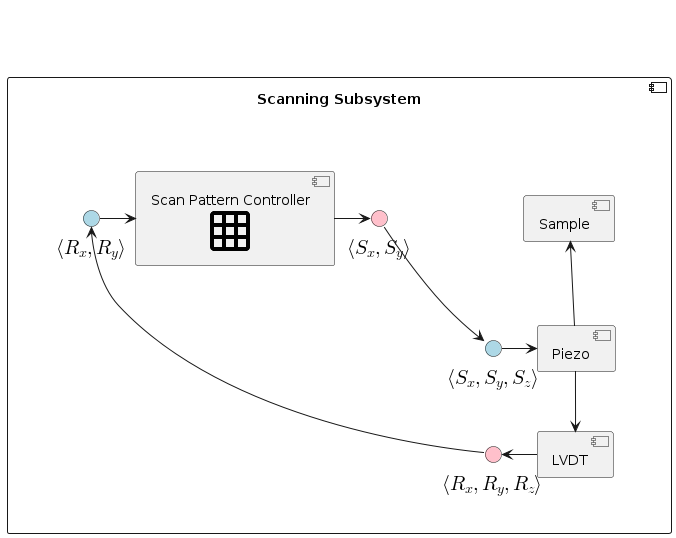
Before: afm_spm_components/images/scanning_subsystem.png, a diagram exported from PlantUML (nsulmol/documentation).
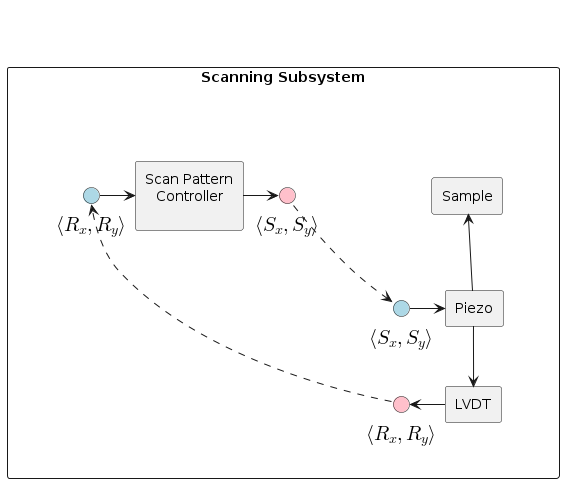
Above is the later version.

Change to the diagram source:
```diff
@@ -2,34 +2,33 @@
 !include style.puml
 
 !startsub component
-!include <material/grid>
 
 component "Scanning Subsystem" as scanning_subsystem {
 
   package " " <<layout>> as scan_hw {
-    component Sample as sample
-    component Piezo as sample_piezo
-    component LVDT as lvdt
-    interface "<latex>\langle S_x, S_y, S_z \rangle</latex>" <<input>> as sample_piezo_in
-    interface "<latex>\langle R_x, R_y, R_z \rangle</latex>" <<output>> as lvdt_out
+    component Sample as ss_sample
+    component Piezo as ss_piezo
+    component LVDT as ss_lvdt
+    interface "<latex>\langle S_x, S_y \rangle</latex>" <<input>> as ss_piezo_in
+    interface "<latex>\langle R_x, R_y \rangle</latex>" <<output>> as ss_lvdt_out
 
-    sample_piezo -u-> sample
-    sample_piezo -d-> lvdt
-    lvdt -r-> lvdt_out
-    sample_piezo_in -l-> sample_piezo
+    ss_piezo -u-> ss_sample
+    ss_piezo -d-> ss_lvdt
+    ss_lvdt -> ss_lvdt_out
+    ss_piezo_in -> ss_piezo
   }
 
   package " " <<layout>> as spc_pkg {
     interface "<latex>\langle R_x, R_y \rangle</latex>" <<input>> as spc_in
     interface "<latex>\langle S_x, S_y \rangle</latex>" <<output>> as spc_out
-    component "Scan Pattern Controller\n<$ma_grid>" <<center>> as scan_pattern_controller
+    component "Scan Pattern\nController\n" <<center>> as scan_pattern_controller
 
     spc_in -> scan_pattern_controller
     scan_pattern_controller -> spc_out
   }
 
-  spc_out --> sample_piezo_in
-  lvdt_out --> spc_in
+  spc_out ..> ss_piezo_in
+  ss_lvdt_out ..> spc_in
 
   spc_pkg -[hidden]right- scan_hw
 }
```
